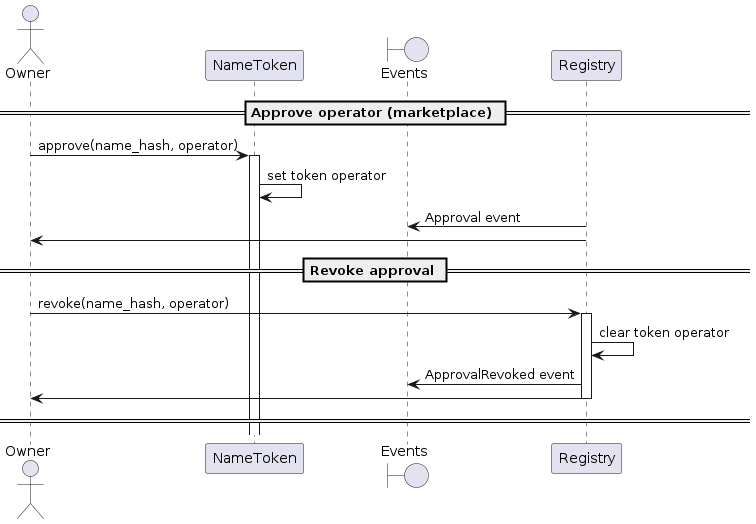
Before: docs/sequence-diagrams/puml/approve-revoke-operator.png, a diagram exported from PlantUML (make-software/cspr-name-contracts).
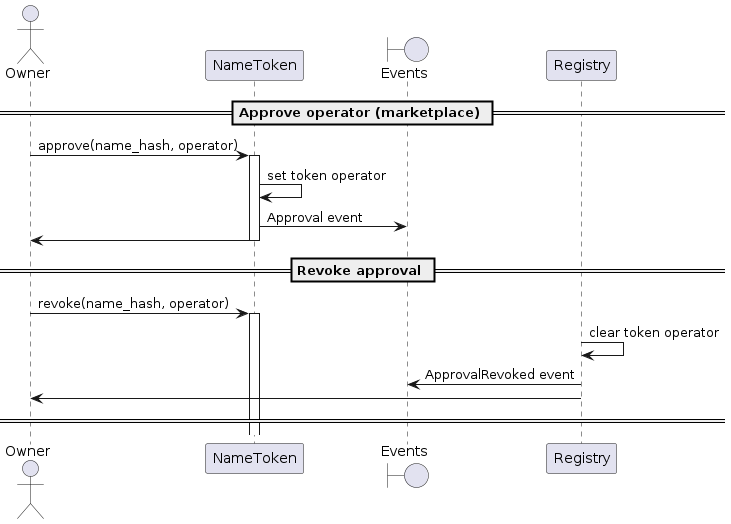
After the commit.

The edit, as a diff of the source:
```diff
@@ -9,14 +9,14 @@
 Owner -> NameToken: approve(name_hash, operator)
 activate NameToken
 NameToken -> NameToken: set token operator
-Registry -> "Events": Approval event
-Registry -> Owner
-deactivate Registry
+NameToken -> "Events": Approval event
+NameToken -> Owner
+deactivate NameToken
 
 == Revoke approval ==
 
-Owner -> Registry: revoke(name_hash, operator)
-activate Registry
+Owner -> NameToken: revoke(name_hash, operator)
+activate NameToken
 Registry -> Registry: clear token operator
 Registry -> "Events": ApprovalRevoked event
 Registry -> Owner
```
